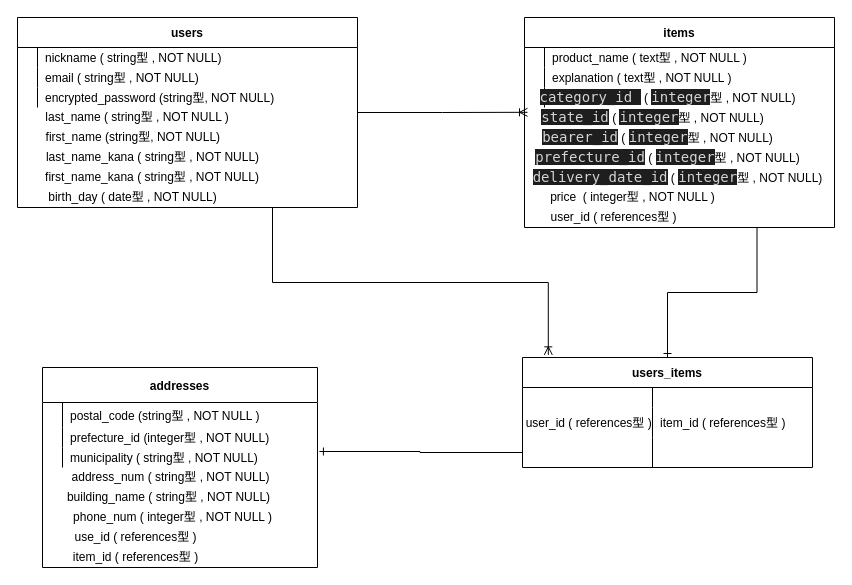
The draw.io diagram furima.dio in gate-bot/furima-32579, before the edit. Source tidied: cells renumbered, new cells numbered last; positions are measured from the earlier drawing's top-left corner, leaving out a move shared by most shapes. Both pictures are drawn from the tidied source at 100%, with x=0, y=0 at pixel (17, 17).
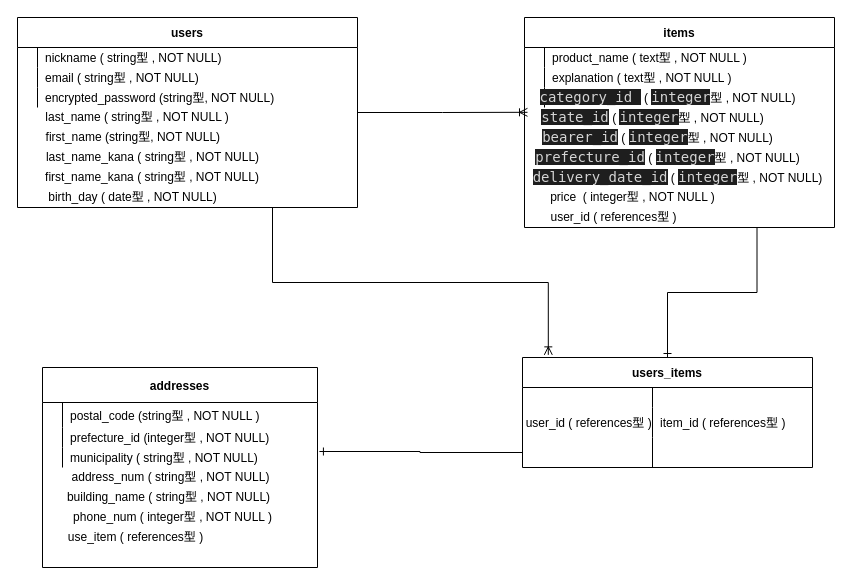
The same page after the edit.

Change to the diagram source:
```diff
@@
-    <mxCell id="60" value="use_id ( references型 )" style="text;html=1;align=center;verticalAlign=middle;" parent="1" vertex="1">
-      <mxGeometry x="47.5" y="510" width="140" height="20" as="geometry" />
+    <mxCell id="60" value="use_item ( references型 )" style="text;html=1;align=center;verticalAlign=middle;" parent="1" vertex="1">
+      <mxGeometry x="42.5" y="510" width="150" height="20" as="geometry" />
     </mxCell>
-    <mxCell id="61" value="item_id ( references型 )" style="text;html=1;align=center;verticalAlign=middle;" parent="1" vertex="1">
-      <mxGeometry x="47.5" y="530" width="140" height="20" as="geometry" />
-    </mxCell>
```
